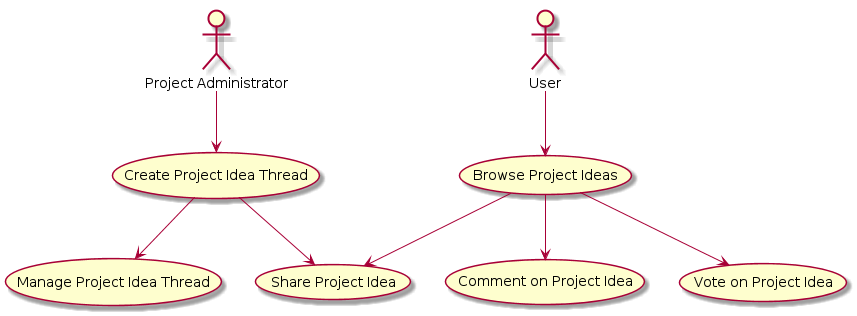
Earlier version of the PlantUML export hw2/Deliverables/diagrams/dani2918.png (uidaho/cs383).
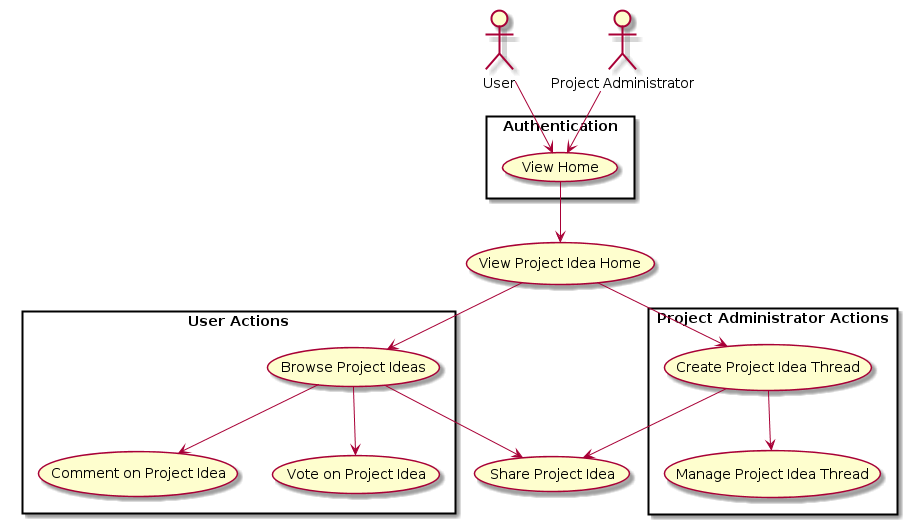
After the change.

The edit, as a diff of the source:
```diff
@@ -1,15 +1,31 @@
 @startuml
+
+:User: as U
 :Project Administrator: as PA
-:User: as U
 
-U --> (Browse Project Ideas)
+
+rectangle "User Actions"{
 (Browse Project Ideas) --> (Comment on Project Idea)
 (Browse Project Ideas) --> (Vote on Project Idea)
-(Browse Project Ideas) -->  (Share Project Idea)
 
-PA --> (Create Project Idea Thread)
-(Create Project Idea Thread) --> (Manage Project Idea Thread)
-(Create Project Idea Thread) --> (Share Project Idea)
+}
 
 
+rectangle "Authentication" {
+    U --> (View Home)
+    PA --> (View Home)
+
+}
+(View Home) --> (View Project Idea Home)
+
+rectangle "Project Administrator Actions"{
+(Create Project Idea Thread) --> (Manage Project Idea Thread)
+
+}
+
+(Browse Project Ideas) --> (Share Project Idea)
+(Create Project Idea Thread) --> (Share Project Idea)
+(View Project Idea Home) --> (Create Project Idea Thread)
+(View Project Idea Home) --> (Browse Project Ideas)
+
 @enduml
```
